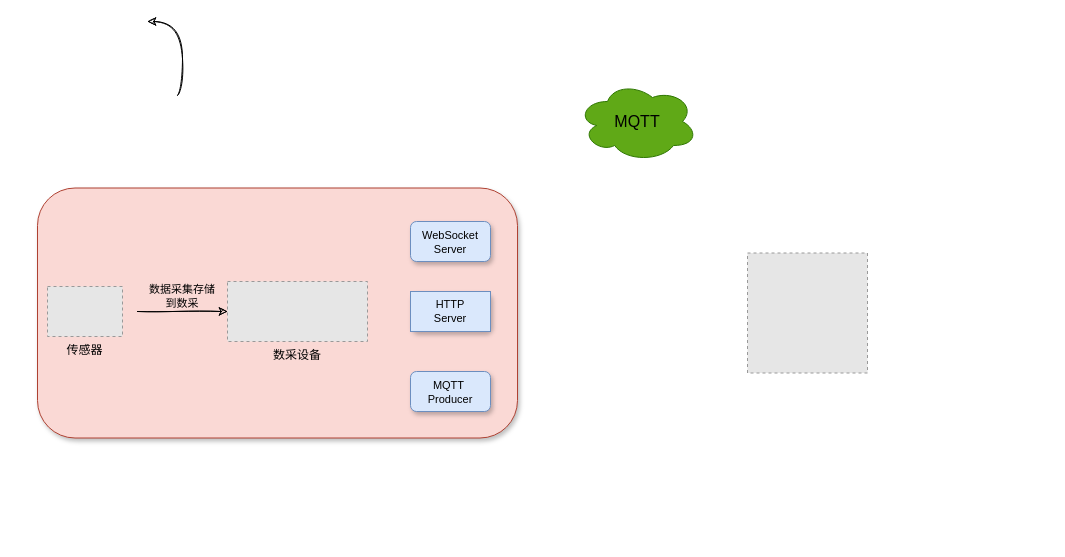
The draw.io diagram page "Page-1" (1 of 2) of drawio/dataFlow.drawio in raingnight/Blog_Pic, before the edit. Source tidied: cells renumbered, new cells numbered last; positions are measured from the earlier drawing's top-left corner, leaving out a move shared by most shapes. Both pictures are drawn from the tidied source at 100%, with x=0, y=0 at pixel (37, 21). Pictures stored in the file or linked from it are replaced by grey dashed boxes.
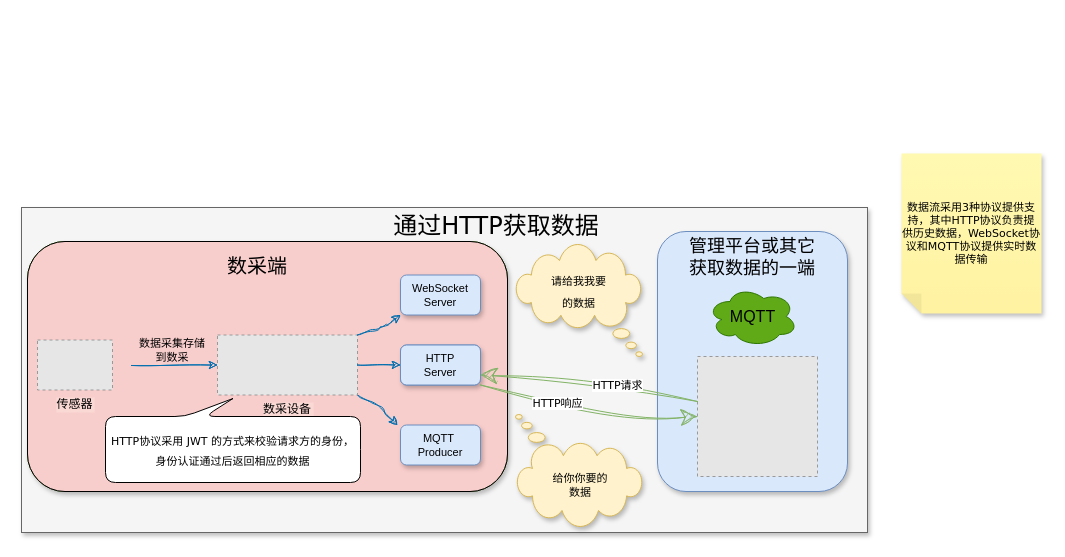
After the change.

The edit, as a diff of the source:
```diff
@@
+    <mxCell id="21" style="rounded=0;whiteSpace=wrap;html=1;shadow=1;sketch=0;hachureGap=4;jiggle=2;curveFitting=1;fontFamily=Verdana;fontSize=24;fillColor=#f5f5f5;strokeColor=#666666;fontColor=#333333;" parent="1" vertex="1">
+      <mxGeometry x="-16" y="186" width="846" height="325" as="geometry" />
+    </mxCell>
+    <mxCell id="22" style="whiteSpace=wrap;html=1;shape=mxgraph.basic.cloud_callout;rounded=0;shadow=1;sketch=0;hachureGap=4;jiggle=2;curveFitting=1;fontFamily=Verdana;fontSize=24;flipV=0;flipH=1;fillColor=#fff2cc;strokeColor=#d6b656;" parent="1" vertex="1">
+      <mxGeometry x="478" y="223" width="127" height="112" as="geometry" />
+    </mxCell>
+    <mxCell id="23" style="whiteSpace=wrap;html=1;shape=mxgraph.basic.cloud_callout;rounded=0;shadow=1;sketch=0;hachureGap=4;jiggle=2;curveFitting=1;fontFamily=Verdana;fontSize=24;flipV=1;fillColor=#fff2cc;strokeColor=#d6b656;" parent="1" vertex="1">
+      <mxGeometry x="478" y="393" width="127" height="112" as="geometry" />
+    </mxCell>
+    <mxCell id="24" style="group;rounded=1;fillColor=#60a917;strokeColor=#2D7600;fontColor=#ffffff;" parent="1" vertex="1">
+      <mxGeometry x="-10" y="220" width="480" height="250" as="geometry" />
+    </mxCell>
-    <mxCell id="2" style="rounded=1;whiteSpace=wrap;html=1;fontSize=11;glass=0;shadow=1;fillColor=#fad9d5;strokeColor=#ae4132;labelBackgroundColor=#fad9d5;" parent="1" vertex="1">
-      <mxGeometry y="166.5" width="480" height="250" as="geometry" />
+    <mxCell id="2" style="rounded=1;whiteSpace=wrap;html=1;fontSize=11;glass=0;shadow=1;fillColor=#f8cecc;strokeColor=default;labelBackgroundColor=#fad9d5;" parent="24" vertex="1">
+      <mxGeometry width="480" height="250" as="geometry" />
     </mxCell>
+    <mxCell id="25" style="edgeStyle=none;rounded=1;jettySize=auto;html=1;exitX=1;exitY=1;exitDx=0;exitDy=0;fontSize=11;fontColor=default;endArrow=classic;sourcePerimeterSpacing=8;targetPerimeterSpacing=8;sketch=1;curveFitting=1;jiggle=2;fillColor=#1ba1e2;strokeColor=#006EAF;" parent="24" edge="1" source="3">
+      <mxGeometry relative="1" as="geometry">
+        <mxPoint x="370" y="183.5" as="targetPoint" />
+        <Array as="points">
+          <mxPoint x="350" y="164" />
+        </Array>
+      </mxGeometry>
+    </mxCell>
-    <mxCell id="3" value="数采设备" style="fillColor=#E6E6E6;strokeColor=#999999;dashed=1;verticalLabelPosition=bottom;labelBackgroundColor=#fad9d5;verticalAlign=top;" parent="1" vertex="1">
-      <mxGeometry x="190" y="260" width="140" height="60" as="geometry" />
+    <mxCell id="3" value="数采设备" style="fillColor=#E6E6E6;strokeColor=#999999;dashed=1;verticalLabelPosition=bottom;labelBackgroundColor=#fad9d5;verticalAlign=top;" parent="24" vertex="1">
+      <mxGeometry x="190" y="93.5" width="140" height="60" as="geometry" />
     </mxCell>
-    <mxCell id="4" value="传感器" style="fillColor=#E6E6E6;strokeColor=#999999;dashed=1;verticalLabelPosition=bottom;labelBackgroundColor=#fad9d5;verticalAlign=top;" parent="1" vertex="1">
-      <mxGeometry x="10" y="265" width="75" height="50" as="geometry" />
+    <mxCell id="4" value="传感器" style="fillColor=#E6E6E6;strokeColor=#999999;dashed=1;verticalLabelPosition=bottom;labelBackgroundColor=#fad9d5;verticalAlign=top;" parent="24" vertex="1">
+      <mxGeometry x="10" y="98.5" width="75" height="50" as="geometry" />
     </mxCell>
+    <mxCell id="9" style="group;rounded=1;shadow=1;fillColor=#dae8fc;strokeColor=#6c8ebf;glass=0;" parent="24" vertex="1">
+      <mxGeometry x="373" y="103.5" width="80" height="40" as="geometry" />
+    </mxCell>
+    <mxCell id="10" style="whiteSpace=wrap;html=1;verticalAlign=top;labelBackgroundColor=default;fontSize=11;fillColor=#dae8fc;strokeColor=#6c8ebf;rounded=1;shadow=0;" parent="9" vertex="1">
+      <mxGeometry width="80" height="40" as="geometry" />
+    </mxCell>
+    <mxCell id="11" value="HTTP&lt;br&gt;Server" style="text;strokeColor=none;fillColor=none;html=1;align=center;verticalAlign=middle;whiteSpace=wrap;rounded=1;fontSize=11;" parent="9" vertex="1">
+      <mxGeometry x="25" y="15" width="30" height="10" as="geometry" />
+    </mxCell>
+    <mxCell id="26" style="edgeStyle=none;rounded=1;jettySize=auto;html=1;exitX=1;exitY=0.5;exitDx=0;exitDy=0;entryX=0;entryY=0.5;entryDx=0;entryDy=0;fontSize=11;fontColor=default;endArrow=classic;sourcePerimeterSpacing=8;targetPerimeterSpacing=8;sketch=1;curveFitting=1;jiggle=2;fillColor=#1ba1e2;strokeColor=#006EAF;" parent="24" edge="1" source="3" target="10">
+      <mxGeometry relative="1" as="geometry" />
+    </mxCell>
+    <mxCell id="12" style="group;sketch=1;curveFitting=1;jiggle=2;shadow=1;rounded=1;glass=0;" parent="24" vertex="1">
+      <mxGeometry x="373" y="33.5" width="80" height="40" as="geometry" />
+    </mxCell>
+    <mxCell id="13" style="whiteSpace=wrap;html=1;verticalAlign=top;labelBackgroundColor=default;fontSize=11;fillColor=#dae8fc;strokeColor=#6c8ebf;rounded=1;shadow=1;" parent="12" vertex="1">
+      <mxGeometry width="80" height="40" as="geometry" />
+    </mxCell>
+    <mxCell id="14" value="WebSocket&lt;br&gt;Server" style="text;strokeColor=none;fillColor=none;html=1;align=center;verticalAlign=middle;whiteSpace=wrap;rounded=1;fontSize=11;" parent="12" vertex="1">
+      <mxGeometry x="25" y="20" width="30" as="geometry" />
+    </mxCell>
+    <mxCell id="27" style="edgeStyle=none;rounded=1;jettySize=auto;html=1;exitX=1;exitY=0;exitDx=0;exitDy=0;entryX=0;entryY=1;entryDx=0;entryDy=0;fontSize=11;fontColor=default;endArrow=classic;sourcePerimeterSpacing=8;targetPerimeterSpacing=8;sketch=1;curveFitting=1;jiggle=2;fillColor=#1ba1e2;strokeColor=#006EAF;" parent="24" edge="1" source="3" target="13">
+      <mxGeometry relative="1" as="geometry">
+        <Array as="points">
+          <mxPoint x="346" y="88" />
+          <mxPoint x="360" y="83.5" />
+        </Array>
+      </mxGeometry>
+    </mxCell>
+    <mxCell id="15" style="group;sketch=1;curveFitting=1;jiggle=2;shadow=1;rounded=1;glass=0;" parent="24" vertex="1">
+      <mxGeometry x="373" y="183.5" width="80" height="40" as="geometry" />
+    </mxCell>
+    <mxCell id="16" style="whiteSpace=wrap;html=1;verticalAlign=top;labelBackgroundColor=default;fontSize=12;fillColor=#dae8fc;strokeColor=#6c8ebf;rounded=1;shadow=1;glass=0;" parent="15" vertex="1">
+      <mxGeometry width="80" height="40" as="geometry" />
+    </mxCell>
+    <mxCell id="17" value="MQTT&amp;nbsp;&lt;br&gt;Producer" style="text;strokeColor=none;fillColor=none;html=1;align=center;verticalAlign=middle;whiteSpace=wrap;rounded=1;fontSize=11;" parent="15" vertex="1">
+      <mxGeometry x="25" y="20" width="30" as="geometry" />
+    </mxCell>
+    <mxCell id="19" style="edgeStyle=orthogonalEdgeStyle;rounded=1;sketch=1;jettySize=auto;html=1;entryX=0;entryY=0.5;entryDx=0;entryDy=0;curved=1;fillColor=#1ba1e2;strokeColor=#006EAF;" parent="24" edge="1" target="3">
+      <mxGeometry relative="1" as="geometry">
+        <mxPoint x="104" y="124" as="sourcePoint" />
+        <Array as="points">
+          <mxPoint x="140" y="123.5" />
+          <mxPoint x="140" y="123.5" />
+        </Array>
+      </mxGeometry>
+    </mxCell>
+    <mxCell id="20" value="数据采集存储到数采" style="text;strokeColor=none;fillColor=none;html=1;align=center;verticalAlign=middle;whiteSpace=wrap;rounded=1;fontSize=11;" parent="24" vertex="1">
+      <mxGeometry x="110" y="93.5" width="70" height="30" as="geometry" />
+    </mxCell>
+    <mxCell id="28" value="数采端" style="text;strokeColor=none;fillColor=none;html=1;align=center;verticalAlign=middle;whiteSpace=wrap;rounded=0;fontSize=20;fontFamily=Architects Daughter;" parent="24" vertex="1">
+      <mxGeometry x="180" y="10" width="100" height="30" as="geometry" />
+    </mxCell>
+    <mxCell id="29" value="&lt;p style=&quot;line-height: 60%;&quot;&gt;&lt;span style=&quot;font-size: 11px;&quot;&gt;HTTP协议采用 JWT 的方式来校验请求方的身份，身份认证通过后返回相应的数据&lt;/span&gt;&lt;/p&gt;" style="shape=callout;whiteSpace=wrap;html=1;perimeter=calloutPerimeter;rounded=1;shadow=0;sketch=0;hachureGap=4;jiggle=2;curveFitting=1;strokeColor=default;fontFamily=Verdana;fontSize=24;flipH=1;flipV=1;size=18;position=0.61;" parent="24" vertex="1">
+      <mxGeometry x="78" y="157" width="255" height="84" as="geometry" />
+    </mxCell>
+    <mxCell id="30" style="group;shadow=1;" parent="1" vertex="1">
+      <mxGeometry x="620" y="210" width="190" height="260" as="geometry" />
+    </mxCell>
+    <mxCell id="31" style="rounded=1;whiteSpace=wrap;html=1;hachureGap=4;fontFamily=Architects Daughter;fontSize=20;fillColor=#dae8fc;strokeColor=#6c8ebf;shadow=1;" parent="30" vertex="1">
+      <mxGeometry width="190" height="260" as="geometry" />
+    </mxCell>
-    <mxCell id="5" style="group;" parent="1" vertex="1">
-      <mxGeometry x="540" y="60" width="120" height="80" as="geometry" />
+    <mxCell id="5" style="group;rounded=1;" parent="30" vertex="1">
+      <mxGeometry x="50" y="55" width="90" height="60" as="geometry" />
     </mxCell>
-    <mxCell id="6" style="ellipse;shape=cloud;whiteSpace=wrap;html=1;verticalAlign=top;labelBackgroundColor=default;fillColor=#60a917;fontColor=#ffffff;strokeColor=#2D7600;" parent="5" vertex="1">
-      <mxGeometry width="120" height="80" as="geometry" />
+    <mxCell id="6" style="ellipse;shape=cloud;whiteSpace=wrap;html=1;verticalAlign=top;labelBackgroundColor=default;fillColor=#60a917;fontColor=#ffffff;strokeColor=#2D7600;rounded=1;" parent="5" vertex="1">
+      <mxGeometry width="90" height="60" as="geometry" />
     </mxCell>
-    <mxCell id="7" value="&lt;font style=&quot;font-size: 16px;&quot;&gt;MQTT&lt;/font&gt;" style="text;strokeColor=none;fillColor=none;html=1;align=center;verticalAlign=middle;whiteSpace=wrap;rounded=0;" parent="5" vertex="1">
-      <mxGeometry x="30" y="25" width="60" height="30" as="geometry" />
+    <mxCell id="7" value="&lt;font style=&quot;font-size: 16px;&quot;&gt;MQTT&lt;/font&gt;" style="text;strokeColor=none;fillColor=none;html=1;align=center;verticalAlign=middle;whiteSpace=wrap;rounded=1;" parent="5" vertex="1">
+      <mxGeometry x="22.5" y="18.8" width="45" height="22.5" as="geometry" />
     </mxCell>
-    <mxCell id="8" style="fillColor=#E6E6E6;strokeColor=#999999;dashed=1;verticalLabelPosition=bottom;labelBackgroundColor=default;verticalAlign=top;" parent="1" vertex="1">
-      <mxGeometry x="710" y="231.5" width="120" height="120" as="geometry" />
+    <mxCell id="8" style="fillColor=#E6E6E6;strokeColor=#999999;dashed=1;verticalLabelPosition=bottom;labelBackgroundColor=default;verticalAlign=top;" parent="30" vertex="1">
+      <mxGeometry x="40" y="125" width="120" height="120" as="geometry" />
     </mxCell>
-    <mxCell id="9" style="group;rounded=1;shadow=1;fillColor=#dae8fc;strokeColor=#6c8ebf;glass=0;" parent="1" vertex="1">
-      <mxGeometry x="373" y="270" width="80" height="40" as="geometry" />
-    </mxCell>
-    <mxCell id="10" style="whiteSpace=wrap;html=1;verticalAlign=top;labelBackgroundColor=default;fontSize=11;fillColor=#dae8fc;strokeColor=#6c8ebf;rounded=0;shadow=0;" parent="9" vertex="1">
-      <mxGeometry width="80" height="40" as="geometry" />
-    </mxCell>
-    <mxCell id="11" value="HTTP&lt;br&gt;Server" style="text;strokeColor=none;fillColor=none;html=1;align=center;verticalAlign=middle;whiteSpace=wrap;rounded=0;fontSize=11;" parent="9" vertex="1">
-      <mxGeometry x="25" y="15" width="30" height="10" as="geometry" />
-    </mxCell>
-    <mxCell id="12" style="group;sketch=1;curveFitting=1;jiggle=2;shadow=1;rounded=1;glass=0;" parent="1" vertex="1">
-      <mxGeometry x="373" y="200" width="80" height="40" as="geometry" />
-    </mxCell>
-    <mxCell id="13" style="whiteSpace=wrap;html=1;verticalAlign=top;labelBackgroundColor=default;fontSize=11;fillColor=#dae8fc;strokeColor=#6c8ebf;rounded=1;shadow=1;" parent="12" vertex="1">
-      <mxGeometry width="80" height="40" as="geometry" />
-    </mxCell>
-    <mxCell id="14" value="WebSocket&lt;br&gt;Server" style="text;strokeColor=none;fillColor=none;html=1;align=center;verticalAlign=middle;whiteSpace=wrap;rounded=0;fontSize=11;" parent="12" vertex="1">
-      <mxGeometry x="25" y="20" width="30" as="geometry" />
-    </mxCell>
-    <mxCell id="15" style="group;sketch=1;curveFitting=1;jiggle=2;shadow=1;rounded=1;glass=0;" parent="1" vertex="1">
-      <mxGeometry x="373" y="350" width="80" height="40" as="geometry" />
-    </mxCell>
-    <mxCell id="16" style="whiteSpace=wrap;html=1;verticalAlign=top;labelBackgroundColor=default;fontSize=12;fillColor=#dae8fc;strokeColor=#6c8ebf;rounded=1;shadow=1;glass=0;" parent="15" vertex="1">
-      <mxGeometry width="80" height="40" as="geometry" />
-    </mxCell>
-    <mxCell id="17" value="MQTT&amp;nbsp;&lt;br&gt;Producer" style="text;strokeColor=none;fillColor=none;html=1;align=center;verticalAlign=middle;whiteSpace=wrap;rounded=0;fontSize=11;" parent="15" vertex="1">
-      <mxGeometry x="25" y="20" width="30" as="geometry" />
-    </mxCell>
-    <mxCell id="18" style="edgeStyle=orthogonalEdgeStyle;rounded=0;sketch=1;orthogonalLoop=1;jettySize=auto;html=1;exitX=0.5;exitY=0;exitDx=0;exitDy=0;entryX=0.96;entryY=0.7;entryDx=0;entryDy=0;entryPerimeter=0;curved=1;" parent="1" edge="1">
-      <mxGeometry relative="1" as="geometry">
-        <mxPoint x="140" y="74" as="sourcePoint" />
-        <mxPoint x="110" as="targetPoint" />
-        <Array as="points">
-          <mxPoint x="145" y="74" />
-          <mxPoint x="145" />
-        </Array>
-      </mxGeometry>
-    </mxCell>
-    <mxCell id="19" style="edgeStyle=orthogonalEdgeStyle;rounded=0;sketch=1;jettySize=auto;html=1;exitX=0.5;exitY=0;exitDx=0;exitDy=0;entryX=0;entryY=0.5;entryDx=0;entryDy=0;curved=1;" parent="1" edge="1" target="3">
-      <mxGeometry relative="1" as="geometry">
-        <mxPoint x="100" y="290" as="sourcePoint" />
-        <Array as="points">
-          <mxPoint x="140" y="290" />
-          <mxPoint x="140" y="290" />
-        </Array>
-      </mxGeometry>
-    </mxCell>
-    <mxCell id="20" value="数据采集存储到数采" style="text;strokeColor=none;fillColor=none;html=1;align=center;verticalAlign=middle;whiteSpace=wrap;rounded=0;fontSize=11;" parent="1" vertex="1">
-      <mxGeometry x="110" y="260" width="70" height="30" as="geometry" />
-    </mxCell>
+    <mxCell id="32" value="&lt;font style=&quot;font-size: 18px;&quot;&gt;管理平台或其它获取数据的一端&lt;/font&gt;" style="text;strokeColor=none;fillColor=none;html=1;align=center;verticalAlign=middle;whiteSpace=wrap;rounded=0;fontSize=11;fontFamily=Verdana;" parent="30" vertex="1">
+      <mxGeometry x="25" y="-1" width="140" height="52" as="geometry" />
+    </mxCell>
+    <mxCell id="33" value="&lt;span style=&quot;font-size: 11px;&quot;&gt;请给我我要的数据&lt;/span&gt;" style="text;strokeColor=none;fillColor=none;html=1;align=center;verticalAlign=middle;whiteSpace=wrap;rounded=0;fontSize=18;fontFamily=Verdana;" parent="1" vertex="1">
+      <mxGeometry x="510" y="245" width="63" height="45" as="geometry" />
+    </mxCell>
+    <mxCell id="34" value="给你你要的数据" style="text;strokeColor=none;fillColor=none;html=1;align=center;verticalAlign=middle;whiteSpace=wrap;rounded=0;fontSize=11;fontFamily=Verdana;" parent="1" vertex="1">
+      <mxGeometry x="513" y="449" width="60" height="30" as="geometry" />
+    </mxCell>
+    <mxCell id="35" style="edgeStyle=none;curved=1;rounded=0;sketch=1;hachureGap=4;jiggle=2;curveFitting=1;jettySize=auto;html=1;exitX=1;exitY=0.75;exitDx=0;exitDy=0;entryX=0;entryY=0.375;entryDx=0;entryDy=0;entryPerimeter=0;fontFamily=Architects Daughter;fontSize=16;endArrow=none;startSize=14;endSize=14;sourcePerimeterSpacing=8;targetPerimeterSpacing=8;endFill=0;startArrow=classic;startFill=1;fillColor=#d5e8d4;strokeColor=#82b366;" parent="1" edge="1" source="10" target="8">
+      <mxGeometry relative="1" as="geometry">
+        <Array as="points">
+          <mxPoint x="560" y="360" />
+        </Array>
+      </mxGeometry>
+    </mxCell>
+    <mxCell id="36" value="HTTP请求" style="edgeLabel;html=1;align=center;verticalAlign=middle;fontSize=11;fontFamily=Verdana;" parent="35" vertex="1">
+      <mxGeometry x="0.21" y="-1" relative="1" as="geometry">
+        <mxPoint x="4" y="-1" as="offset" />
+      </mxGeometry>
+    </mxCell>
+    <mxCell id="37" style="edgeStyle=none;curved=1;rounded=0;sketch=1;hachureGap=4;jiggle=2;curveFitting=1;jettySize=auto;html=1;exitX=0;exitY=0.5;exitDx=0;exitDy=0;fontFamily=Architects Daughter;fontSize=16;endArrow=none;startSize=14;endSize=14;sourcePerimeterSpacing=8;targetPerimeterSpacing=8;entryX=1;entryY=1;entryDx=0;entryDy=0;startArrow=classic;startFill=1;endFill=0;fillColor=#d5e8d4;strokeColor=#82b366;" parent="1" edge="1" source="8" target="10">
+      <mxGeometry relative="1" as="geometry">
+        <Array as="points">
+          <mxPoint x="580" y="400" />
+        </Array>
+      </mxGeometry>
+    </mxCell>
+    <mxCell id="38" value="HTTP响应" style="edgeLabel;html=1;align=center;verticalAlign=middle;fontSize=11;fontFamily=Verdana;" parent="37" vertex="1">
+      <mxGeometry x="0.2" y="-4" relative="1" as="geometry">
+        <mxPoint x="-10" y="-1" as="offset" />
+      </mxGeometry>
+    </mxCell>
+    <mxCell id="39" value="&lt;font style=&quot;font-size: 24px;&quot;&gt;通过HTTP获取数据&lt;/font&gt;" style="text;strokeColor=none;fillColor=none;html=1;align=center;verticalAlign=middle;whiteSpace=wrap;rounded=0;fontSize=11;fontFamily=Verdana;" parent="1" vertex="1">
+      <mxGeometry x="346" y="187" width="226" height="35" as="geometry" />
+    </mxCell>
+    <mxCell id="40" value="数据流采用3种协议提供支持，其中HTTP协议负责提供历史数据，WebSocket协议和MQTT协议提供实时数据传输" style="shape=note;whiteSpace=wrap;html=1;backgroundOutline=1;fontColor=#000000;darkOpacity=0.05;fillColor=#FFF9B2;strokeColor=none;fillStyle=solid;direction=west;gradientDirection=north;gradientColor=#FFF2A1;shadow=1;size=20;rounded=1;sketch=0;hachureGap=4;jiggle=2;curveFitting=1;fontFamily=Verdana;fontSize=11;" parent="1" vertex="1">
+      <mxGeometry x="864" y="132" width="140" height="160" as="geometry" />
+    </mxCell>
```
